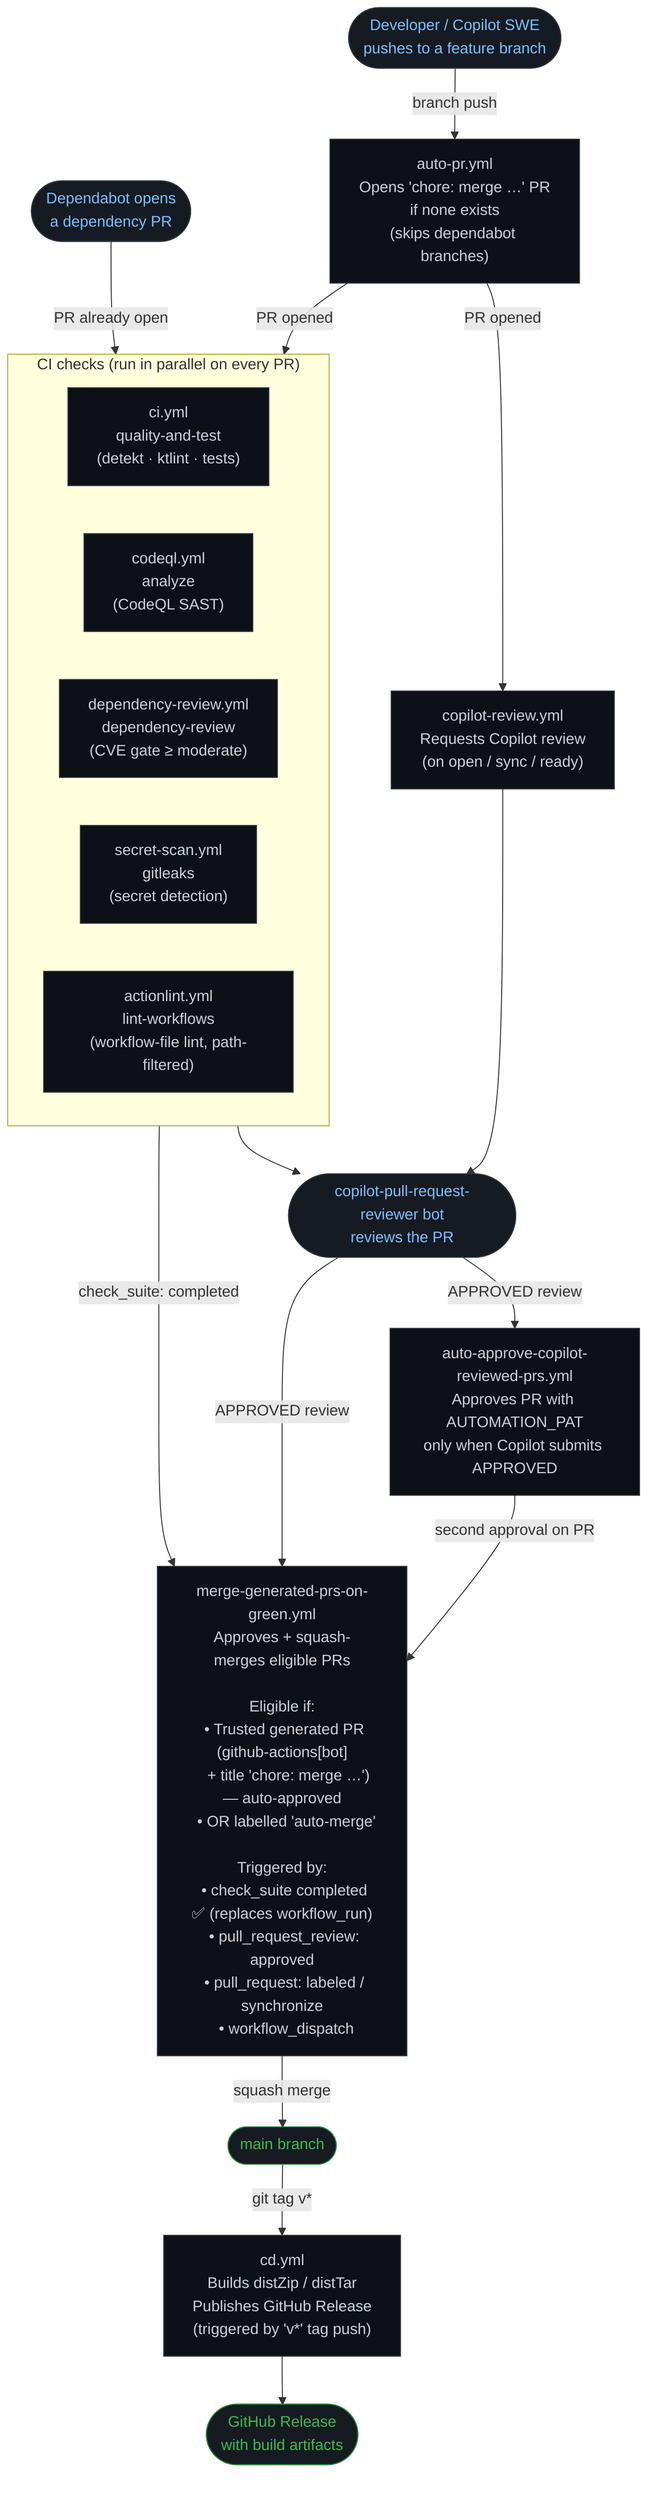
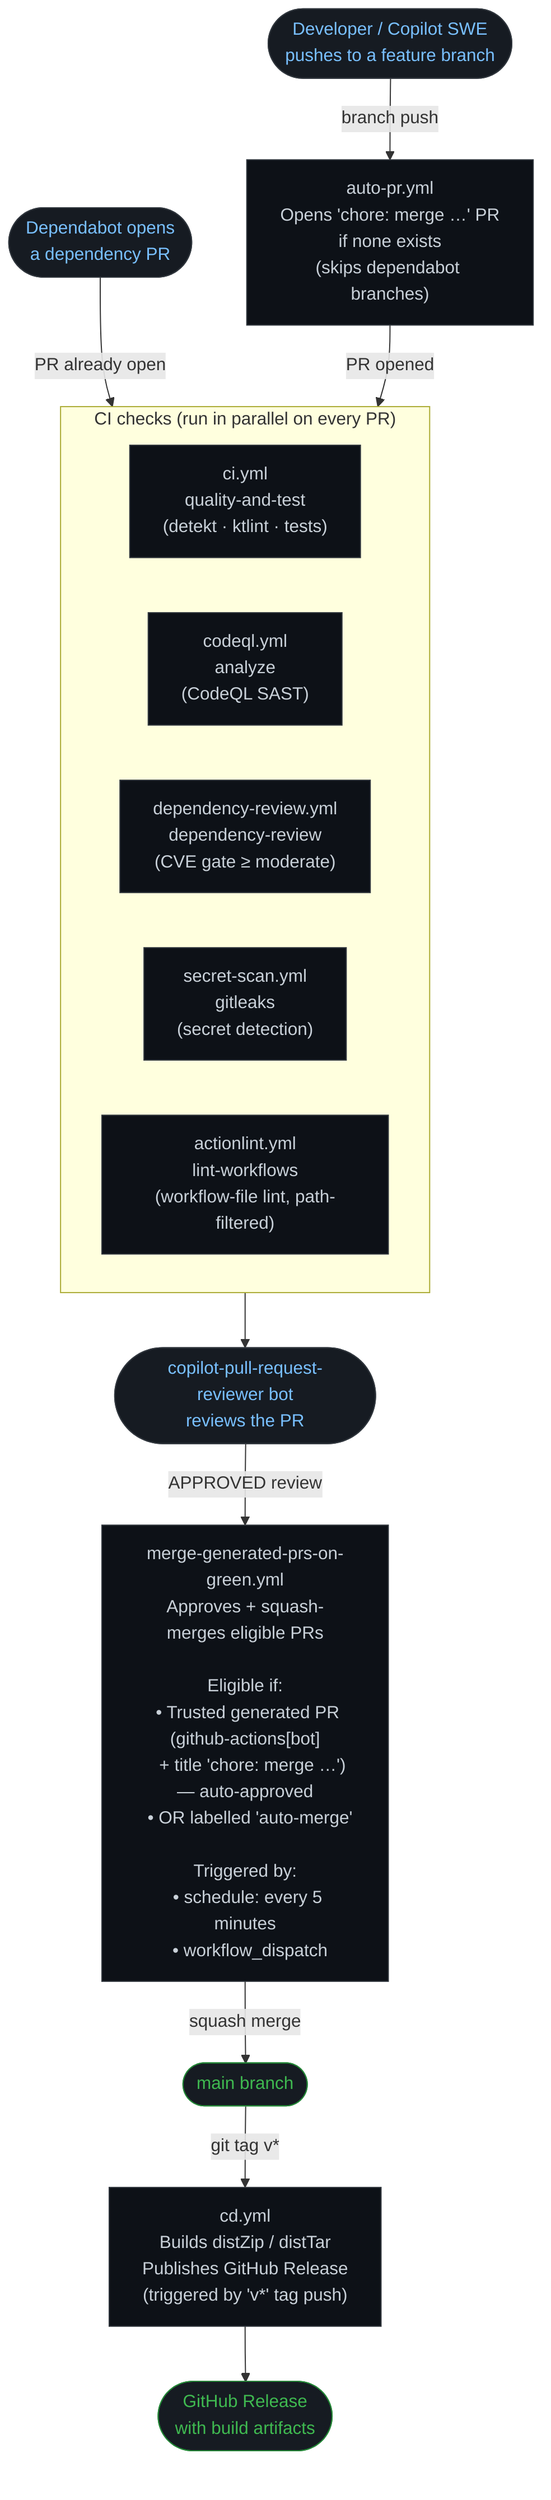
```mermaid
flowchart TD
    %% ── Entry points ──────────────────────────────────────────────────────────
    DEV([Developer / Copilot SWE\npushes to a feature branch])
    DEP([Dependabot opens\na dependency PR])

    %% ── Automation ────────────────────────────────────────────────────────────
    AUTO_PR["auto-pr.yml\nOpens 'chore: merge …' PR\nif none exists\n(skips dependabot branches)"]

    %% ── Required CI checks ────────────────────────────────────────────────────
    subgraph CI ["CI checks  (run in parallel on every PR)"]
        direction LR
        CI_JOB["ci.yml\nquality-and-test\n(detekt · ktlint · tests)"]
        CODEQL["codeql.yml\nanalyze\n(CodeQL SAST)"]
        DEPREVIEW["dependency-review.yml\ndependency-review\n(CVE gate ≥ moderate)"]
        SECRET["secret-scan.yml\ngitleaks\n(secret detection)"]
        ACTIONLINT["actionlint.yml\nlint-workflows\n(workflow-file lint, path-filtered)"]
    end

    %% ── Review ────────────────────────────────────────────────────────────────
-     COPILOT_REQ["copilot-review.yml\nRequests Copilot review\n(on open / sync / ready)"]
    COPILOT_BOT([copilot-pull-request-reviewer bot\nreviews the PR])

-     %% ── Approval ──────────────────────────────────────────────────────────────
-     AUTO_APPROVE["auto-approve-copilot-reviewed-prs.yml\nApproves PR with AUTOMATION_PAT\nonly when Copilot submits APPROVED"]
- 
    %% ── Merge ─────────────────────────────────────────────────────────────────
-     MERGE["merge-generated-prs-on-green.yml\nApproves + squash-merges eligible PRs\n\nEligible if:\n  • Trusted generated PR (github-actions[bot]\n    + title 'chore: merge …') — auto-approved\n  • OR labelled 'auto-merge'\n\nTriggered by:\n  • check_suite completed ✅ (replaces workflow_run)\n  • pull_request_review: approved\n  • pull_request: labeled / synchronize\n  • workflow_dispatch"]
+     MERGE["merge-generated-prs-on-green.yml\nApproves + squash-merges eligible PRs\n\nEligible if:\n  • Trusted generated PR (github-actions[bot]\n    + title 'chore: merge …') — auto-approved\n  • OR labelled 'auto-merge'\n\nTriggered by:\n  • schedule: every 5 minutes\n  • workflow_dispatch"]

    %% ── CD ────────────────────────────────────────────────────────────────────
    MAIN([main branch])
    CD["cd.yml\nBuilds distZip / distTar\nPublishes GitHub Release\n(triggered by 'v*' tag push)"]
    RELEASE([GitHub Release\nwith build artifacts])

    %% ── Flow ──────────────────────────────────────────────────────────────────
    DEV -->|branch push| AUTO_PR
    DEP -->|PR already open| CI

    AUTO_PR -->|PR opened| CI
-     AUTO_PR -->|PR opened| COPILOT_REQ
+     CI --> COPILOT_BOT

-     CI --> COPILOT_BOT
-     COPILOT_REQ --> COPILOT_BOT
- 
-     COPILOT_BOT -->|APPROVED review| AUTO_APPROVE
    COPILOT_BOT -->|APPROVED review| MERGE
- 
-     AUTO_APPROVE -->|second approval on PR| MERGE
- 
-     CI -->|check_suite: completed| MERGE

    MERGE -->|squash merge| MAIN

    MAIN -->|git tag v*| CD
    CD --> RELEASE

    %% ── Styling ───────────────────────────────────────────────────────────────
    classDef workflow fill:#0d1117,stroke:#30363d,color:#c9d1d9
    classDef actor    fill:#161b22,stroke:#30363d,color:#79c0ff,shape:stadium
    classDef external fill:#161b22,stroke:#238636,color:#3fb950,shape:stadium

-     class AUTO_PR,CI_JOB,CODEQL,DEPREVIEW,SECRET,ACTIONLINT,COPILOT_REQ,AUTO_APPROVE,MERGE,CD workflow
+     class AUTO_PR,CI_JOB,CODEQL,DEPREVIEW,SECRET,ACTIONLINT,MERGE,CD workflow
    class DEV,DEP,COPILOT_BOT actor
    class MAIN,RELEASE external
```
